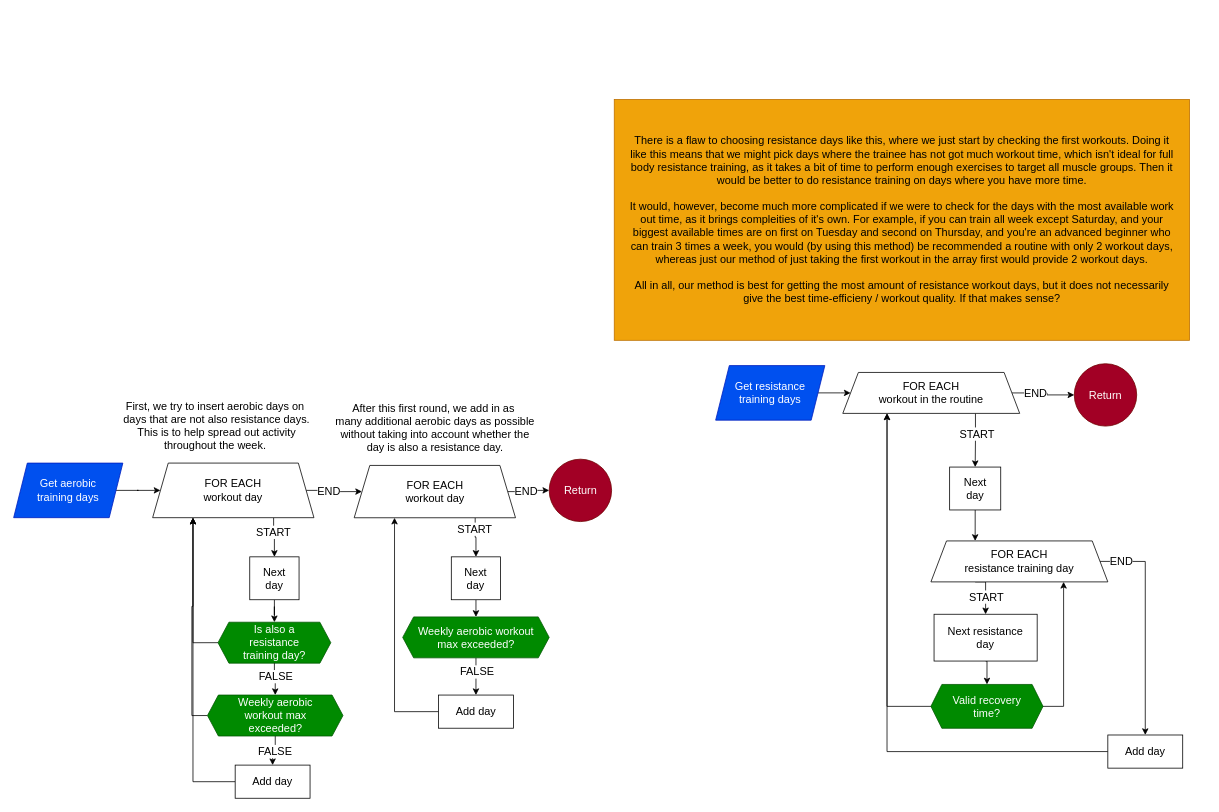
The draw.io diagram page "Find days" (6 of 8) of Main/workouts.drawio in Katrine123/P1-project, before the edit. Source tidied: cells renumbered, new cells numbered last; positions are measured from the earlier drawing's top-left corner, leaving out a move shared by most shapes. Both pictures are drawn from the tidied source at 78%, with x=0, y=0 at pixel (13, 99).
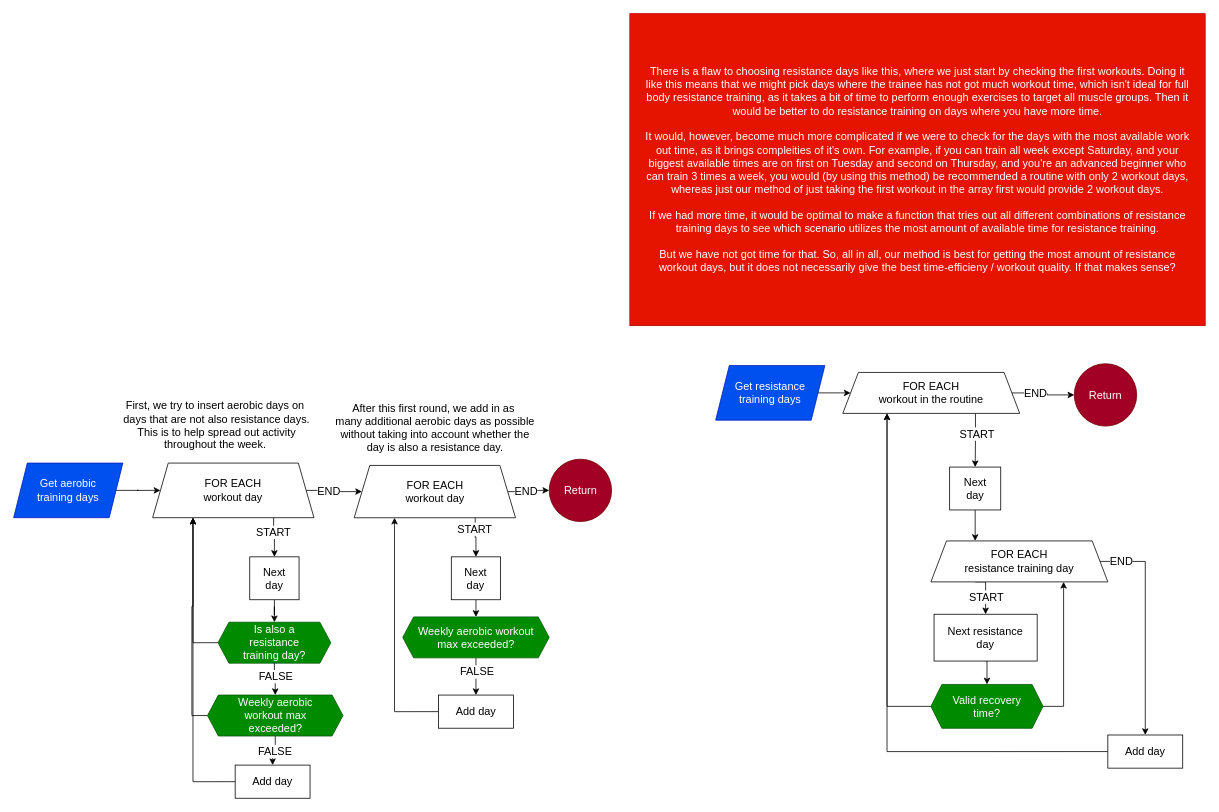
The same diagram, later.

Commit message (it also covers changes not shown here):
Implemented everything except: "evaluation_questionnaire", "savesystem", and "upgrade_downgrade"""

The edit, as a diff of the source:
```diff
@@
-    <mxCell id="17" value="There is a flaw to choosing resistance days like this, where we just start by checking the first workouts. Doing it like this means that we might pick days where the trainee has not got much workout time, which isn't ideal for full body resistance training, as it takes a bit of time to perform enough exercises to target all muscle groups. Then it would be better to do resistance training on days where you have more time.&lt;div&gt;&lt;br&gt;&lt;/div&gt;&lt;div&gt;It would, however, become much more complicated if we were to check for the days with the most available work out time, as it brings compleities of it's own. For example, if you can train all week except Saturday, and your biggest available times are on first on Tuesday and second on Thursday, and you're an advanced beginner who can train 3 times a week, you would (by using this method) be recommended a routine with only 2 workout days, whereas just our method of just taking the first workout in the array first would provide 2 workout days.&lt;/div&gt;&lt;div&gt;&lt;br&gt;&lt;/div&gt;&lt;div&gt;All in all, our method is best for getting the most amount of resistance workout days, but it does not necessarily give the best time-efficieny / workout quality. If that makes sense?&lt;/div&gt;" style="whiteSpace=wrap;html=1;fontFamily=lexend light;fontSize=14;spacingBottom=0;spacingLeft=15;spacingRight=15;fillColor=#f0a30a;fontColor=#000000;strokeColor=#BD7000;" parent="1" vertex="1">
-      <mxGeometry x="770" width="737.6" height="308.8" as="geometry" />
+    <mxCell id="17" value="There is a flaw to choosing resistance days like this, where we just start by checking the first workouts. Doing it like this means that we might pick days where the trainee has not got much workout time, which isn't ideal for full body resistance training, as it takes a bit of time to perform enough exercises to target all muscle groups. Then it would be better to do resistance training on days where you have more time.&lt;div&gt;&lt;br&gt;&lt;/div&gt;&lt;div&gt;It would, however, become much more complicated if we were to check for the days with the most available work out time, as it brings compleities of it's own. For example, if you can train all week except Saturday, and your biggest available times are on first on Tuesday and second on Thursday, and you're an advanced beginner who can train 3 times a week, you would (by using this method) be recommended a routine with only 2 workout days, whereas just our method of just taking the first workout in the array first would provide 2 workout days.&lt;/div&gt;&lt;div&gt;&lt;br&gt;&lt;/div&gt;&lt;div&gt;If we had more time, it would be optimal to make a function that tries out all different combinations of resistance training days to see which scenario utilizes the most amount of available time for resistance training.&lt;/div&gt;&lt;div&gt;&lt;br&gt;&lt;/div&gt;&lt;div&gt;But we have not got time for that. So, all in all, our method is best for getting the most amount of resistance workout days, but it does not necessarily give the best time-efficieny / workout quality. If that makes sense?&lt;/div&gt;" style="whiteSpace=wrap;html=1;fontFamily=lexend light;fontSize=14;spacingBottom=0;spacingLeft=15;spacingRight=15;fillColor=#e51400;fontColor=#ffffff;strokeColor=#B20000;" parent="1" vertex="1">
+      <mxGeometry x="790" y="-110" width="737.6" height="400" as="geometry" />
     </mxCell>
```
